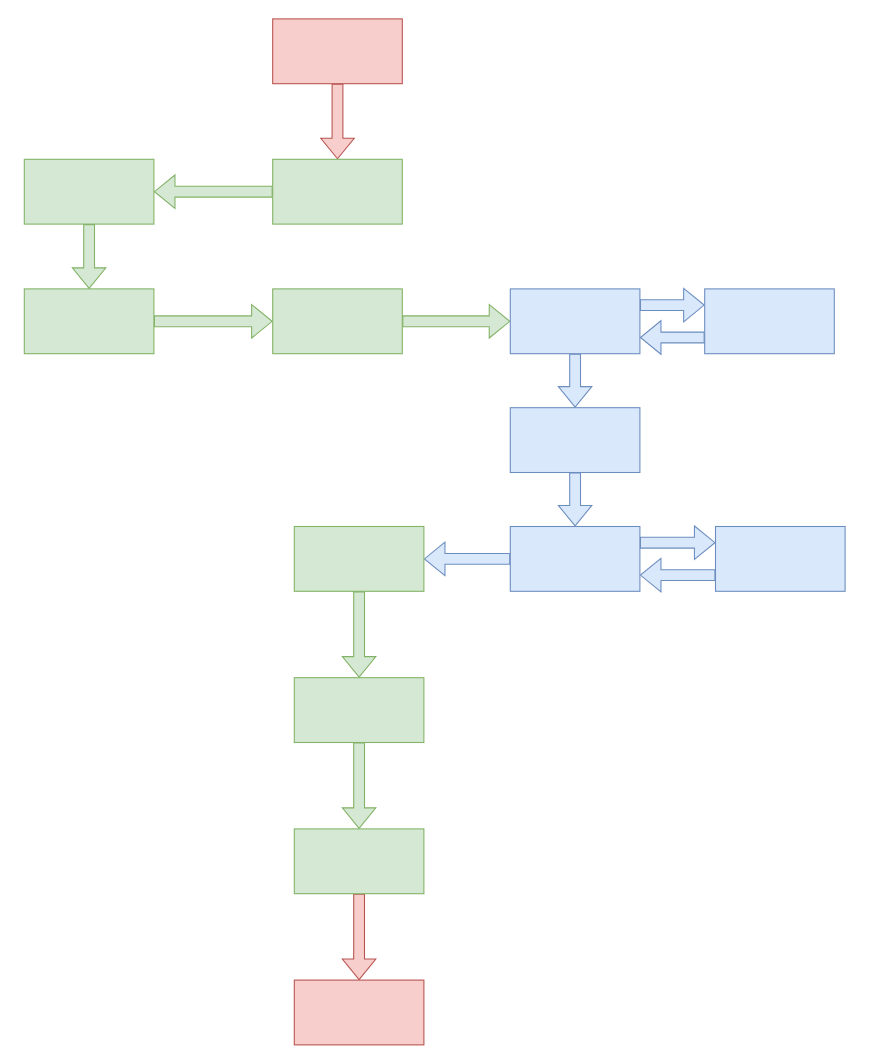
The draw.io diagram תשימים/Untitled Diagram.drawio in EyalShapiro/School_Cyber_project, before the edit. Source tidied: cells renumbered, new cells numbered last; positions are measured from the earlier drawing's top-left corner, leaving out a move shared by most shapes. Both pictures are drawn from the tidied source at 108%, with x=0, y=0 at pixel (24, 18).
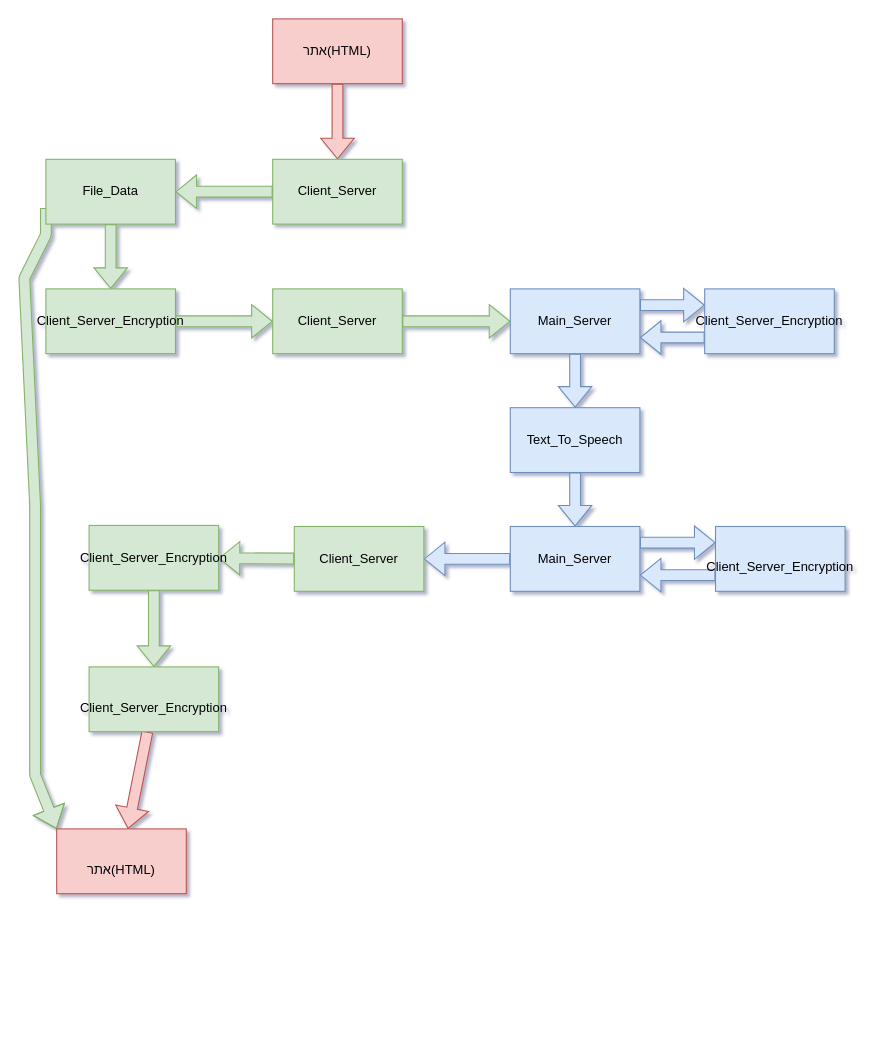
The same page after the edit.

Diff of the diagram source:
```diff
@@
-<mxGraphModel>
+<mxGraphModel shadow="1">
@@
-    <mxCell id="3" style="rounded=0;whiteSpace=wrap;html=1;fillColor=#f8cecc;strokeColor=#b85450;" parent="1" vertex="1">
+    <mxCell id="3" value="אתר(HTML)" style="rounded=0;whiteSpace=wrap;html=1;fillColor=#f8cecc;strokeColor=#b85450;horizontal=1;verticalAlign=middle;" parent="1" vertex="1">
       <mxGeometry x="230" width="120" height="60" as="geometry" />
     </mxCell>
@@
-    <mxCell id="5" style="rounded=0;whiteSpace=wrap;html=1;fillColor=#d5e8d4;strokeColor=#82b366;" parent="1" vertex="1">
+    <mxCell id="5" value="Client_Server" style="rounded=0;whiteSpace=wrap;html=1;fillColor=#d5e8d4;strokeColor=#82b366;" parent="1" vertex="1">
       <mxGeometry x="230" y="130" width="120" height="60" as="geometry" />
     </mxCell>
@@
+    <mxCell id="31" style="edgeStyle=none;shape=flexArrow;jettySize=auto;html=1;entryX=0;entryY=0;entryDx=0;entryDy=0;fillColor=#d5e8d4;strokeColor=#82b366;exitX=0;exitY=0.75;exitDx=0;exitDy=0;" parent="1" edge="1" source="7" target="30">
+      <mxGeometry relative="1" as="geometry">
+        <Array as="points">
+          <mxPoint x="20" y="200" />
+          <mxPoint y="240" />
+          <mxPoint x="10" y="450" />
+          <mxPoint x="10" y="700" />
+        </Array>
+      </mxGeometry>
+    </mxCell>
-    <mxCell id="7" style="rounded=0;whiteSpace=wrap;html=1;fillColor=#d5e8d4;strokeColor=#82b366;" parent="1" vertex="1">
-      <mxGeometry y="130" width="120" height="60" as="geometry" />
+    <mxCell id="7" value="File_Data" style="rounded=0;whiteSpace=wrap;html=1;fillColor=#d5e8d4;strokeColor=#82b366;" parent="1" vertex="1">
+      <mxGeometry x="20" y="130" width="120" height="60" as="geometry" />
     </mxCell>
@@
-    <mxCell id="9" style="rounded=0;whiteSpace=wrap;html=1;fillColor=#d5e8d4;strokeColor=#82b366;" parent="1" vertex="1">
-      <mxGeometry y="250" width="120" height="60" as="geometry" />
+    <mxCell id="9" value="Client_Server_Encryption" style="rounded=0;whiteSpace=wrap;html=1;fillColor=#d5e8d4;strokeColor=#82b366;" parent="1" vertex="1">
+      <mxGeometry x="20" y="250" width="120" height="60" as="geometry" />
     </mxCell>
@@
-    <mxCell id="11" style="rounded=0;whiteSpace=wrap;html=1;fillColor=#d5e8d4;strokeColor=#82b366;" parent="1" vertex="1">
+    <mxCell id="11" value="Client_Server" style="rounded=0;whiteSpace=wrap;html=1;fillColor=#d5e8d4;strokeColor=#82b366;" parent="1" vertex="1">
       <mxGeometry x="230" y="250" width="120" height="60" as="geometry" />
     </mxCell>
@@
-    <mxCell id="14" style="rounded=0;whiteSpace=wrap;html=1;fillColor=#dae8fc;strokeColor=#6c8ebf;" parent="1" vertex="1">
+    <mxCell id="14" value="Main_Server" style="rounded=0;whiteSpace=wrap;html=1;fillColor=#dae8fc;strokeColor=#6c8ebf;" parent="1" vertex="1">
       <mxGeometry x="450" y="250" width="120" height="60" as="geometry" />
     </mxCell>
@@
-    <mxCell id="16" style="rounded=0;whiteSpace=wrap;html=1;fillColor=#dae8fc;strokeColor=#6c8ebf;" parent="1" vertex="1">
+    <mxCell id="16" value="Text_To_Speech" style="rounded=0;whiteSpace=wrap;html=1;fillColor=#dae8fc;strokeColor=#6c8ebf;" parent="1" vertex="1">
       <mxGeometry x="450" y="360" width="120" height="60" as="geometry" />
     </mxCell>
@@
-    <mxCell id="18" style="rounded=0;whiteSpace=wrap;html=1;fillColor=#dae8fc;strokeColor=#6c8ebf;" parent="1" vertex="1">
+    <mxCell id="18" value="Client_Server_Encryption" style="rounded=0;whiteSpace=wrap;html=1;fillColor=#dae8fc;strokeColor=#6c8ebf;" parent="1" vertex="1">
       <mxGeometry x="630" y="250" width="120" height="60" as="geometry" />
     </mxCell>
@@
-    <mxCell id="21" style="rounded=0;whiteSpace=wrap;html=1;fillColor=#dae8fc;strokeColor=#6c8ebf;" parent="1" vertex="1">
+    <mxCell id="21" value="&lt;br&gt;&lt;span style=&quot;font-family: &amp;#34;helvetica&amp;#34;&quot;&gt;Client_Server_Encryption&lt;/span&gt;" style="rounded=0;whiteSpace=wrap;html=1;fillColor=#dae8fc;strokeColor=#6c8ebf;" parent="1" vertex="1">
       <mxGeometry x="640" y="470" width="120" height="60" as="geometry" />
     </mxCell>
@@
-    <mxCell id="23" style="rounded=0;whiteSpace=wrap;html=1;fillColor=#dae8fc;strokeColor=#6c8ebf;" parent="1" vertex="1">
+    <mxCell id="23" value="Main_Server" style="rounded=0;whiteSpace=wrap;html=1;fillColor=#dae8fc;strokeColor=#6c8ebf;" parent="1" vertex="1">
       <mxGeometry x="450" y="470" width="120" height="60" as="geometry" />
     </mxCell>
@@
-    <mxCell id="25" style="rounded=0;whiteSpace=wrap;html=1;fillColor=#d5e8d4;strokeColor=#82b366;" parent="1" vertex="1">
+    <mxCell id="25" value="Client_Server" style="rounded=0;whiteSpace=wrap;html=1;fillColor=#d5e8d4;strokeColor=#82b366;" parent="1" vertex="1">
       <mxGeometry x="250" y="470" width="120" height="60" as="geometry" />
     </mxCell>
@@
-    <mxCell id="27" style="rounded=0;whiteSpace=wrap;html=1;fillColor=#d5e8d4;strokeColor=#82b366;" parent="1" vertex="1">
-      <mxGeometry x="250" y="610" width="120" height="60" as="geometry" />
+    <mxCell id="27" value="&lt;span style=&quot;font-family: &amp;#34;helvetica&amp;#34;&quot;&gt;Client_Server_Encryption&lt;/span&gt;" style="rounded=0;whiteSpace=wrap;html=1;fillColor=#d5e8d4;strokeColor=#82b366;" parent="1" vertex="1">
+      <mxGeometry x="60" y="469" width="120" height="60" as="geometry" />
     </mxCell>
@@
-    <mxCell id="29" style="rounded=0;whiteSpace=wrap;html=1;fillColor=#d5e8d4;strokeColor=#82b366;" parent="1" vertex="1">
-      <mxGeometry x="250" y="750" width="120" height="60" as="geometry" />
+    <mxCell id="29" value="&lt;br style=&quot;color: rgb(0 , 0 , 0) ; font-family: &amp;#34;helvetica&amp;#34; ; font-size: 12px ; font-style: normal ; font-weight: 400 ; letter-spacing: normal ; text-align: center ; text-indent: 0px ; text-transform: none ; word-spacing: 0px ; background-color: rgb(248 , 249 , 250)&quot;&gt;&lt;span style=&quot;font-family: &amp;#34;helvetica&amp;#34;&quot;&gt;Client_Server_Encryption&lt;/span&gt;&lt;br style=&quot;font-family: &amp;#34;helvetica&amp;#34;&quot;&gt;" style="rounded=0;whiteSpace=wrap;html=1;fillColor=#d5e8d4;strokeColor=#82b366;" parent="1" vertex="1">
+      <mxGeometry x="60" y="600" width="120" height="60" as="geometry" />
     </mxCell>
-    <mxCell id="30" style="rounded=0;whiteSpace=wrap;html=1;fillColor=#f8cecc;strokeColor=#b85450;" parent="1" vertex="1">
-      <mxGeometry x="250" y="890" width="120" height="60" as="geometry" />
+    <mxCell id="30" value="&lt;br&gt;&lt;span style=&quot;font-family: &amp;#34;helvetica&amp;#34;&quot;&gt;אתר(HTML)&lt;/span&gt;" style="rounded=0;whiteSpace=wrap;html=1;fillColor=#f8cecc;strokeColor=#b85450;" parent="1" vertex="1">
+      <mxGeometry x="30" y="750" width="120" height="60" as="geometry" />
     </mxCell>
```
